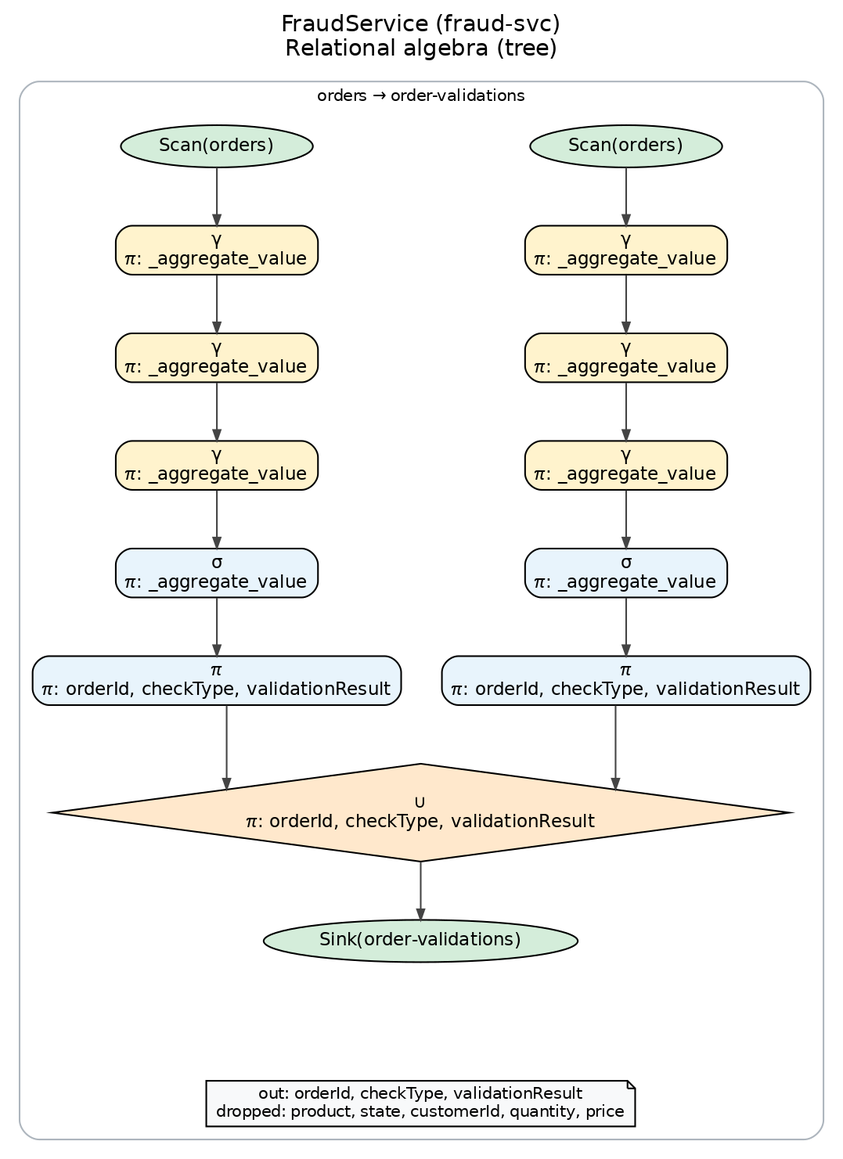
The Graphviz diagram docs/difc-ra-diagrams/fraud-svc-ra-flow.png in Coder2002-MSAdithya/kafka-streams-examples, before a commit. Its source is kept beside it as docs/difc-ra-diagrams/fraud-svc-ra-flow.dot.
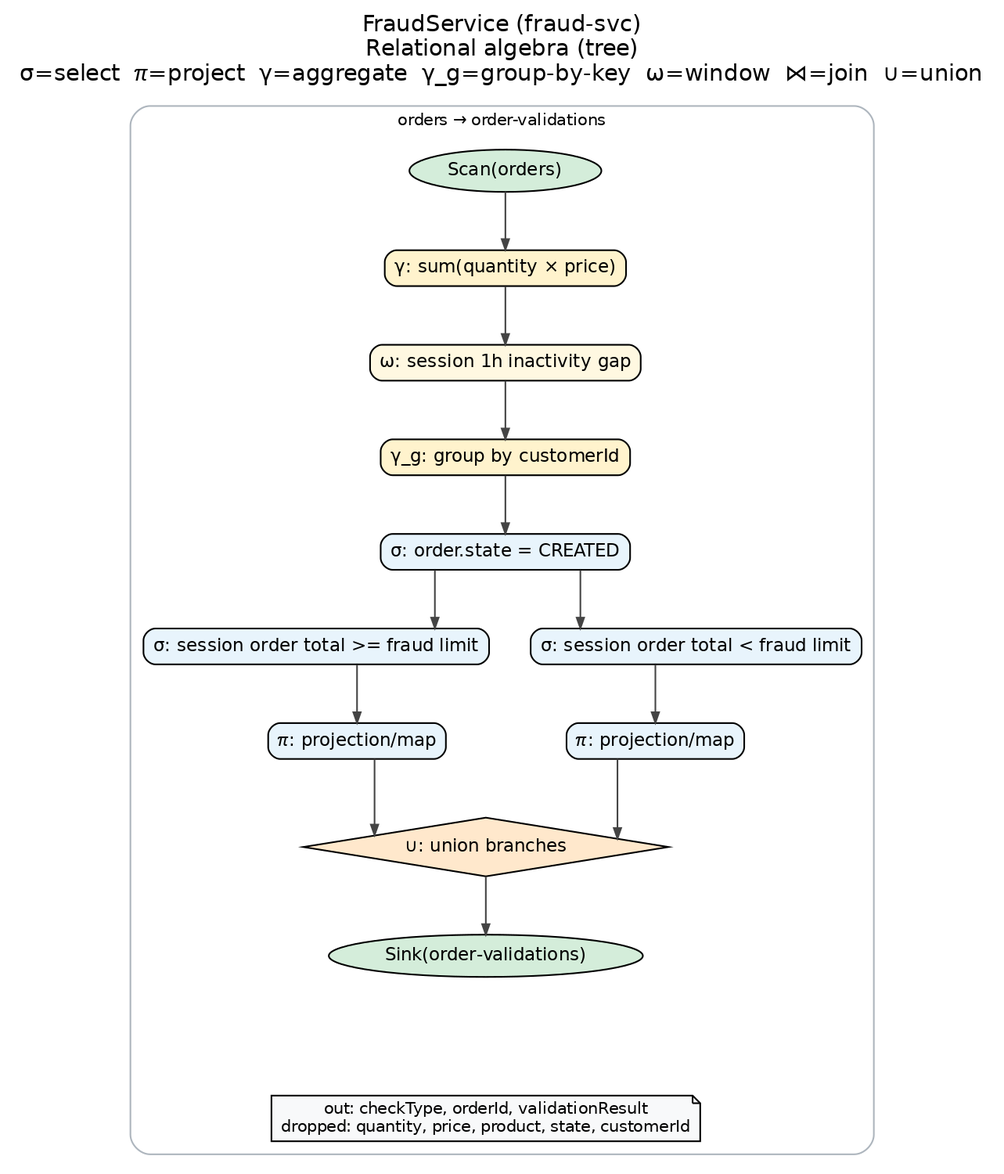
After the change.

Diff of the diagram source:
```diff
@@ -2,43 +2,38 @@
   graph [rankdir=TB, bgcolor="white", fontname="Helvetica", splines=ortho, nodesep=0.35, ranksep=0.5, ordering="out"];
   node [fontname="Helvetica", fontsize=11, style=filled, height=0.3, margin="0.08,0.04"];
   edge [fontname="Helvetica", color="#444444", arrowsize=0.65];
-  label="FraudService (fraud-svc)\nRelational algebra (tree)";
+  label="FraudService (fraud-svc)\nRelational algebra (tree)\nσ=select  π=project  γ=aggregate  γ_g=group-by-key  ω=window  ⋈=join  ∪=union";
   labelloc=t;
   fontsize=14;
   subgraph cluster_0 {
     label="orders → order-validations"; style=rounded; color="#adb5bd"; fontsize=10;
-    r0t0 [label="Sink(order-validations)", shape=ellipse, style="filled", fillcolor="#d4edda"];
-    r0t1 [label="∪\nπ: orderId, checkType, validationResult", shape=diamond, style="filled", fillcolor="#ffe8cc"];
-    r0t2 [label="π\nπ: orderId, checkType, validationResult", shape=box, style="rounded,filled", fillcolor="#e8f4fc"];
-    r0t3 [label="σ\nπ: _aggregate_value", shape=box, style="rounded,filled", fillcolor="#e8f4fc"];
-    r0t4 [label="γ\nπ: _aggregate_value", shape=box, style="rounded,filled", fillcolor="#fff3cd"];
-    r0t5 [label="γ\nπ: _aggregate_value", shape=box, style="rounded,filled", fillcolor="#fff3cd"];
-    r0t6 [label="γ\nπ: _aggregate_value", shape=box, style="rounded,filled", fillcolor="#fff3cd"];
-    r0t7 [label="Scan(orders)", shape=ellipse, style="filled", fillcolor="#d4edda"];
-    r0t7 -> r0t6;
-    r0t6 -> r0t5;
-    r0t5 -> r0t4;
-    r0t4 -> r0t3;
-    r0t3 -> r0t2;
-    r0t2 -> r0t1;
-    r0t8 [label="π\nπ: orderId, checkType, validationResult", shape=box, style="rounded,filled", fillcolor="#e8f4fc"];
-    r0t9 [label="σ\nπ: _aggregate_value", shape=box, style="rounded,filled", fillcolor="#e8f4fc"];
-    r0t10 [label="γ\nπ: _aggregate_value", shape=box, style="rounded,filled", fillcolor="#fff3cd"];
-    r0t11 [label="γ\nπ: _aggregate_value", shape=box, style="rounded,filled", fillcolor="#fff3cd"];
-    r0t12 [label="γ\nπ: _aggregate_value", shape=box, style="rounded,filled", fillcolor="#fff3cd"];
-    r0t13 [label="Scan(orders)", shape=ellipse, style="filled", fillcolor="#d4edda"];
-    r0t13 -> r0t12;
-    r0t12 -> r0t11;
-    r0t11 -> r0t10;
-    r0t10 -> r0t9;
-    r0t9 -> r0t8;
-    r0t8 -> r0t1;
-    { rank=same; r0t2; r0t8; }
-    r0t1 -> r0t0;
+    p0_sink_order_validations [label="Sink(order-validations)", shape=ellipse, style="filled", fillcolor="#d4edda"];
+    p0_union_1 [label="∪: union branches", shape=diamond, style="filled", fillcolor="#ffe8cc"];
+    p0_pi_mapvalues_2 [label="π: projection/map", shape=box, style="rounded,filled", fillcolor="#e8f4fc"];
+    p0_sigma_session_order_to_3 [label="σ: session order total >= fraud limit", shape=box, style="rounded,filled", fillcolor="#e8f4fc"];
+    p0_sigma_order_state_crea_4 [label="σ: order.state = CREATED", shape=box, style="rounded,filled", fillcolor="#e8f4fc"];
+    p0_group_customerid [label="γ_g: group by customerId", shape=box, style="rounded,filled", fillcolor="#fff3cd"];
+    p0_window_6 [label="ω: session 1h inactivity gap", shape=box, style="rounded,filled", fillcolor="#fff8e1"];
+    p0_gamma_aggregate_7 [label="γ: sum(quantity × price)", shape=box, style="rounded,filled", fillcolor="#fff3cd"];
+    p0_scan_orders [label="Scan(orders)", shape=ellipse, style="filled", fillcolor="#d4edda"];
+    p0_scan_orders -> p0_gamma_aggregate_7;
+    p0_gamma_aggregate_7 -> p0_window_6;
+    p0_window_6 -> p0_group_customerid;
+    p0_group_customerid -> p0_sigma_order_state_crea_4;
+    p0_sigma_order_state_crea_4 -> p0_sigma_session_order_to_3;
+    p0_sigma_session_order_to_3 -> p0_pi_mapvalues_2;
+    p0_pi_mapvalues_2 -> p0_union_1;
+    p0_pi_mapvalues_8 [label="π: projection/map", shape=box, style="rounded,filled", fillcolor="#e8f4fc"];
+    p0_sigma_session_order_to_9 [label="σ: session order total < fraud limit", shape=box, style="rounded,filled", fillcolor="#e8f4fc"];
+    p0_sigma_order_state_crea_4 -> p0_sigma_session_order_to_9;
+    p0_sigma_session_order_to_9 -> p0_pi_mapvalues_8;
+    p0_pi_mapvalues_8 -> p0_union_1;
+    { rank=same; p0_pi_mapvalues_2; p0_pi_mapvalues_8; }
+    p0_union_1 -> p0_sink_order_validations;
     r0anchor [style=invis, width=0, height=0, label=""];
-    r0t0 -> r0anchor [style=invis];
+    p0_sink_order_validations -> r0anchor [style=invis];
     r0anchor -> r0note [style=invis];
-    r0note [label="out: orderId, checkType, validationResult\ndropped: product, state, customerId, quantity, price", shape=note, fillcolor="#f8f9fa", fontsize=10];
+    r0note [label="out: checkType, orderId, validationResult\ndropped: quantity, price, product, state, customerId", shape=note, fillcolor="#f8f9fa", fontsize=10];
     { rank=max; r0note; }
   }
 }
```
